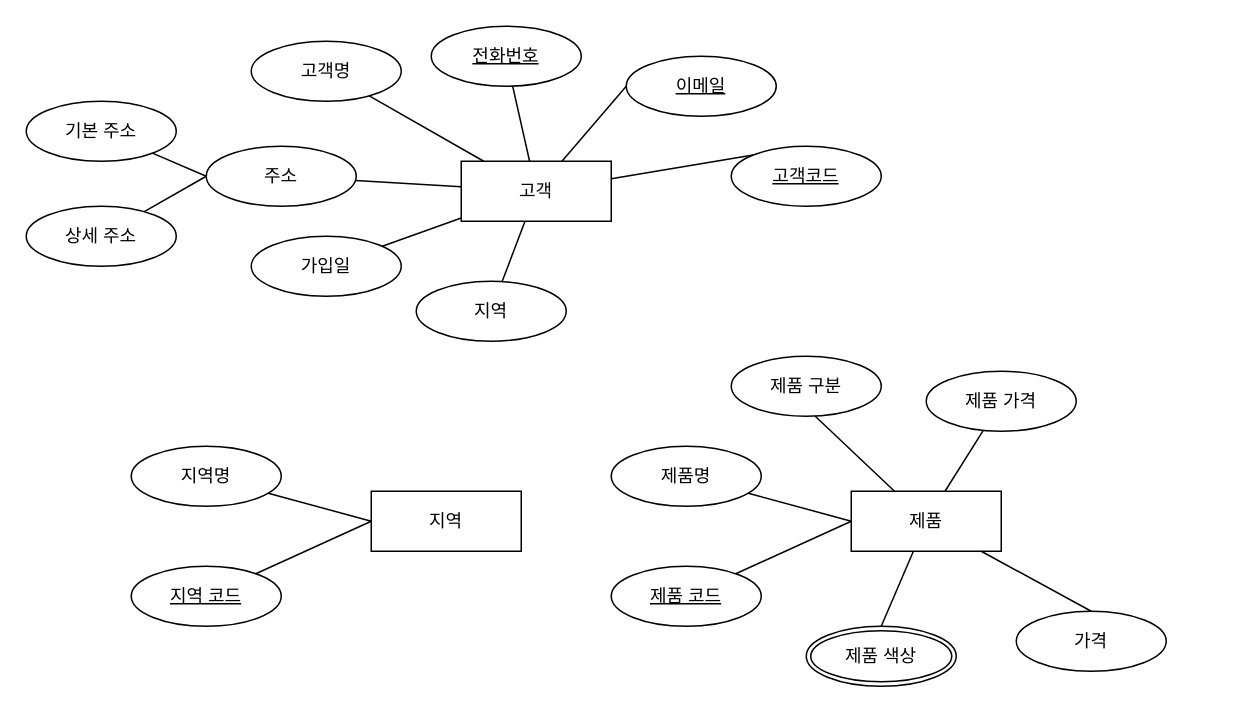
This is 제목 없는 다이어그램.drawio from hann0079/erd, a draw.io file, before an edit. Source tidied: cells renumbered, new cells numbered last; positions are measured from the earlier drawing's top-left corner, leaving out a move shared by most shapes. Both pictures are drawn from the tidied source at 150%, with x=0, y=0 at pixel (26, 26).
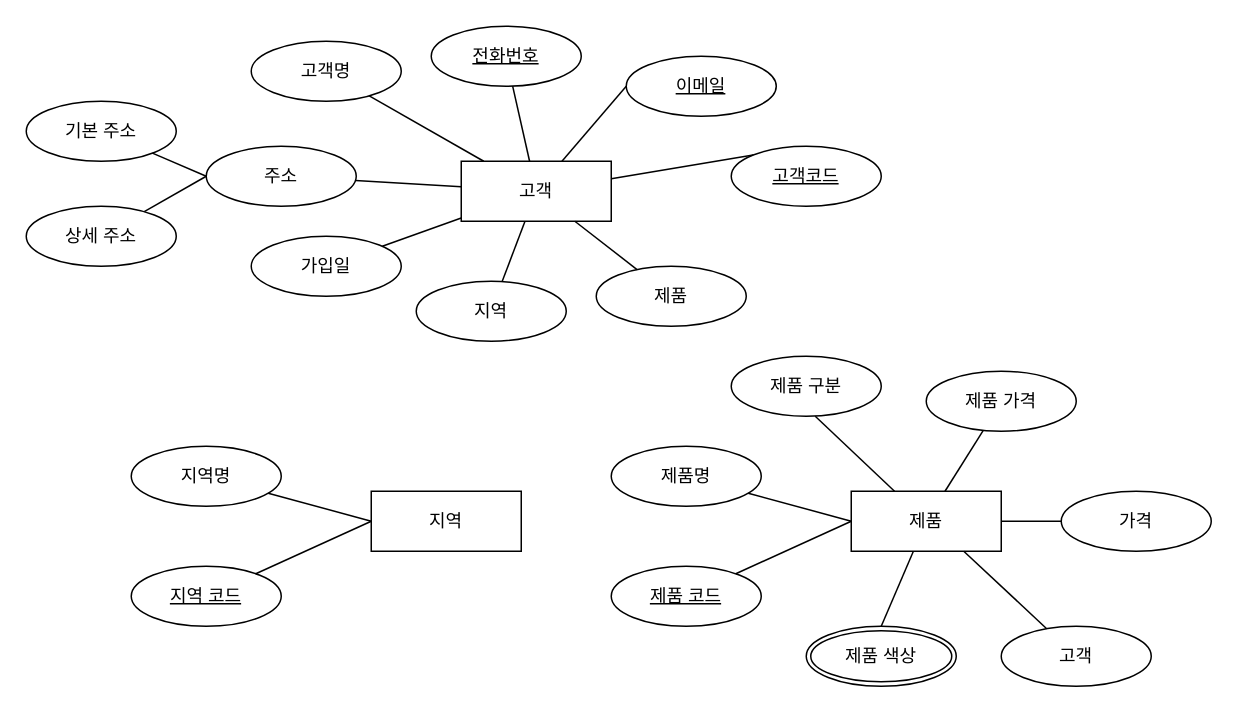
After the change.

Unchanged cells that the change refers to:
```xml
<mxCell id="2" value="고객" style="whiteSpace=wrap;html=1;align=center;" parent="1" vertex="1">
  <mxGeometry x="290" y="90" width="100" height="40" as="geometry" />
</mxCell>
<mxCell id="26" value="제품" style="whiteSpace=wrap;html=1;align=center;" parent="1" vertex="1">
  <mxGeometry x="550" y="310" width="100" height="40" as="geometry" />
</mxCell>
```

Diff of the diagram source:
```diff
@@
     <mxCell id="36" value="가격" style="ellipse;whiteSpace=wrap;html=1;align=center;" parent="1" vertex="1">
-      <mxGeometry x="660" y="390" width="100" height="40" as="geometry" />
+      <mxGeometry x="690" y="310" width="100" height="40" as="geometry" />
     </mxCell>
@@
-    <mxCell id="38" style="endArrow=none;html=1;rounded=0;exitX=0.5;exitY=0;exitDx=0;exitDy=0;" parent="1" edge="1" source="36" target="26">
+    <mxCell id="38" style="endArrow=none;html=1;rounded=0;" parent="1" edge="1" source="36" target="26">
       <mxGeometry relative="1" as="geometry" />
     </mxCell>
+    <mxCell id="39" value="제품" style="ellipse;whiteSpace=wrap;html=1;align=center;" parent="1" vertex="1">
+      <mxGeometry x="380" y="160" width="100" height="40" as="geometry" />
+    </mxCell>
+    <mxCell id="40" value="고객" style="ellipse;whiteSpace=wrap;html=1;align=center;" parent="1" vertex="1">
+      <mxGeometry x="650" y="400" width="100" height="40" as="geometry" />
+    </mxCell>
+    <mxCell id="41" style="endArrow=none;html=1;rounded=0;" parent="1" edge="1" source="39" target="2">
+      <mxGeometry relative="1" as="geometry" />
+    </mxCell>
+    <mxCell id="42" style="endArrow=none;html=1;rounded=0;entryX=0.75;entryY=1;entryDx=0;entryDy=0;" parent="1" edge="1" source="40" target="26">
+      <mxGeometry relative="1" as="geometry" />
+    </mxCell>
```
